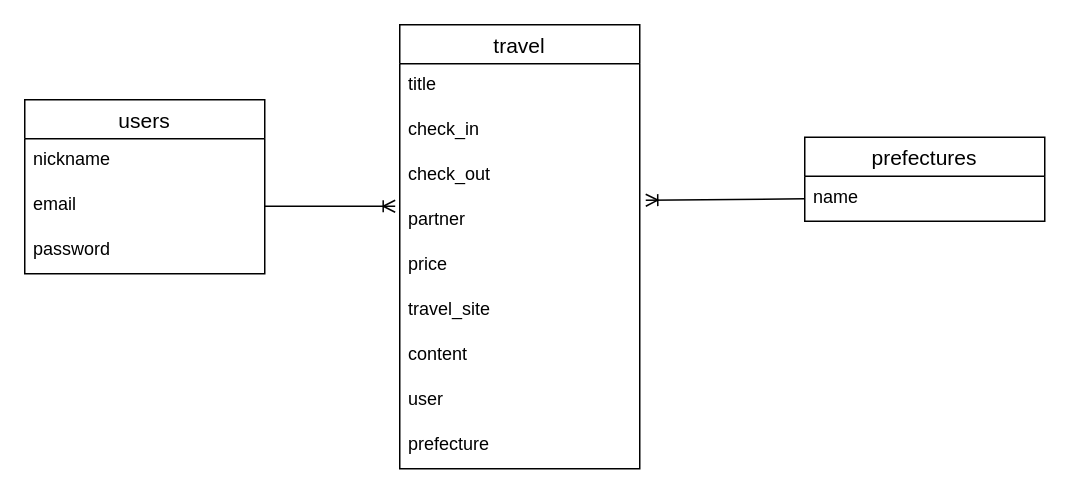
hahahahahahahahahahahahhaha1999/travel keeps this draw.io diagram as travel.dio. Above is the earlier version. Source tidied: cells renumbered, new cells numbered last; positions are measured from the earlier drawing's top-left corner, leaving out a move shared by most shapes. Both pictures are drawn from the tidied source at 150%, with x=0, y=0 at pixel (24, 24).
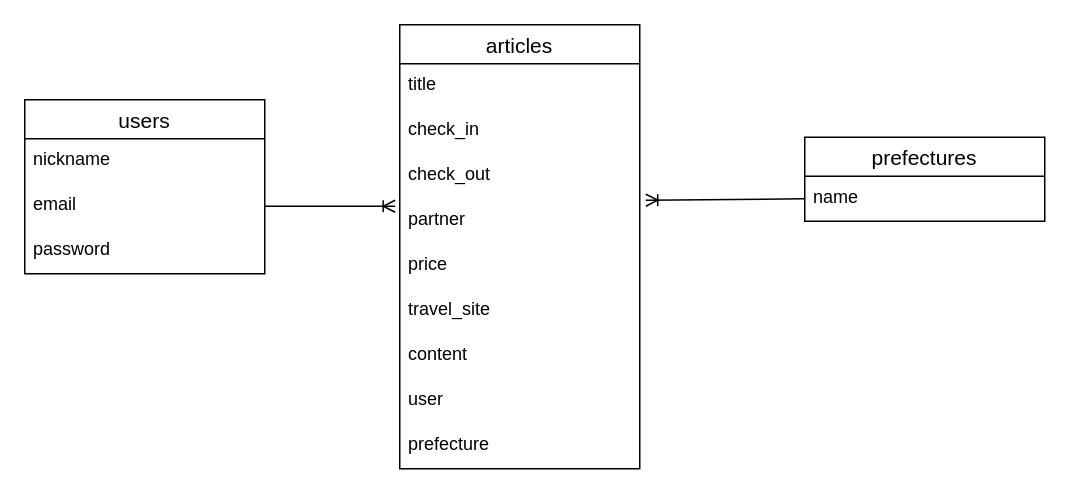
Above is the later version.

What changed in the source:
```diff
@@
 <mxGraphModel>
   <root>
     <mxCell id="0" />
     <mxCell id="1" parent="0" />
     <mxCell id="2" value="users" style="swimlane;fontStyle=0;horizontal=1;startSize=26;align=center;fontSize=14;hachureGap=4;fontFamily=Helvetica;" parent="1" vertex="1">
       <mxGeometry y="50" width="160" height="116" as="geometry" />
     </mxCell>
     <mxCell id="3" value="nickname" style="text;strokeColor=none;fillColor=none;spacingLeft=4;spacingRight=4;overflow=hidden;fontSize=12;sketch=1;hachureGap=4;jiggle=2;curveFitting=1;fontFamily=Helvetica;" parent="2" vertex="1">
       <mxGeometry y="26" width="160" height="30" as="geometry" />
     </mxCell>
     <mxCell id="4" value="email" style="text;strokeColor=none;fillColor=none;spacingLeft=4;spacingRight=4;overflow=hidden;points=[[0,0.5],[1,0.5]];portConstraint=eastwest;fontSize=12;sketch=1;hachureGap=4;jiggle=2;curveFitting=1;fontFamily=Helvetica;" parent="2" vertex="1">
       <mxGeometry y="56" width="160" height="30" as="geometry" />
     </mxCell>
     <mxCell id="5" value="password" style="text;strokeColor=none;fillColor=none;spacingLeft=4;spacingRight=4;overflow=hidden;fontSize=12;sketch=1;hachureGap=4;jiggle=2;curveFitting=1;fontFamily=Helvetica;" parent="2" vertex="1">
       <mxGeometry y="86" width="160" height="30" as="geometry" />
     </mxCell>
-    <mxCell id="6" value="travel" style="swimlane;fontStyle=0;horizontal=1;startSize=26;align=center;fontSize=14;hachureGap=4;strokeColor=default;fontFamily=Helvetica;fontColor=default;fillColor=default;" parent="1" vertex="1">
+    <mxCell id="6" value="articles" style="swimlane;fontStyle=0;horizontal=1;startSize=26;align=center;fontSize=14;hachureGap=4;strokeColor=default;fontFamily=Helvetica;fontColor=default;fillColor=default;" parent="1" vertex="1">
       <mxGeometry x="250" width="160" height="296" as="geometry" />
     </mxCell>
     <mxCell id="7" value="title" style="text;strokeColor=none;fillColor=none;spacingLeft=4;spacingRight=4;overflow=hidden;fontSize=12;sketch=1;hachureGap=4;jiggle=2;curveFitting=1;fontFamily=Helvetica;fontColor=default;startSize=26;" parent="6" vertex="1">
       <mxGeometry y="26" width="160" height="30" as="geometry" />
     </mxCell>
     <mxCell id="8" value="check_in" style="text;strokeColor=none;fillColor=none;spacingLeft=4;spacingRight=4;overflow=hidden;fontSize=12;sketch=1;hachureGap=4;jiggle=2;curveFitting=1;fontFamily=Helvetica;fontColor=default;startSize=26;" parent="6" vertex="1">
       <mxGeometry y="56" width="160" height="30" as="geometry" />
     </mxCell>
     <mxCell id="9" value="check_out" style="text;strokeColor=none;fillColor=none;spacingLeft=4;spacingRight=4;overflow=hidden;fontSize=12;sketch=1;hachureGap=4;jiggle=2;curveFitting=1;fontFamily=Helvetica;fontColor=default;startSize=26;" parent="6" vertex="1">
       <mxGeometry y="86" width="160" height="30" as="geometry" />
     </mxCell>
     <mxCell id="10" value="partner" style="text;strokeColor=none;fillColor=none;spacingLeft=4;spacingRight=4;overflow=hidden;points=[[0,0.5],[1,0.5]];portConstraint=eastwest;fontSize=12;sketch=1;hachureGap=4;jiggle=2;curveFitting=1;fontFamily=Helvetica;fontColor=default;startSize=26;" parent="6" vertex="1">
       <mxGeometry y="116" width="160" height="30" as="geometry" />
     </mxCell>
     <mxCell id="11" value="price" style="text;strokeColor=none;fillColor=none;spacingLeft=4;spacingRight=4;overflow=hidden;fontSize=12;sketch=1;hachureGap=4;jiggle=2;curveFitting=1;fontFamily=Helvetica;fontColor=default;startSize=26;" parent="6" vertex="1">
       <mxGeometry y="146" width="160" height="30" as="geometry" />
     </mxCell>
     <mxCell id="12" value="travel_site" style="text;strokeColor=none;fillColor=none;spacingLeft=4;spacingRight=4;overflow=hidden;fontSize=12;sketch=1;hachureGap=4;jiggle=2;curveFitting=1;fontFamily=Helvetica;fontColor=default;startSize=26;" parent="6" vertex="1">
       <mxGeometry y="176" width="160" height="30" as="geometry" />
     </mxCell>
     <mxCell id="13" value="content" style="text;strokeColor=none;fillColor=none;spacingLeft=4;spacingRight=4;overflow=hidden;fontSize=12;sketch=1;hachureGap=4;jiggle=2;curveFitting=1;fontFamily=Helvetica;fontColor=default;startSize=26;" parent="6" vertex="1">
       <mxGeometry y="206" width="160" height="30" as="geometry" />
     </mxCell>
     <mxCell id="14" value="user" style="text;strokeColor=none;fillColor=none;spacingLeft=4;spacingRight=4;overflow=hidden;fontSize=12;sketch=1;hachureGap=4;jiggle=2;curveFitting=1;fontFamily=Helvetica;fontColor=default;startSize=26;" parent="6" vertex="1">
       <mxGeometry y="236" width="160" height="30" as="geometry" />
     </mxCell>
     <mxCell id="15" value="prefecture" style="text;strokeColor=none;fillColor=none;spacingLeft=4;spacingRight=4;overflow=hidden;fontSize=12;sketch=1;hachureGap=4;jiggle=2;curveFitting=1;fontFamily=Helvetica;fontColor=default;startSize=26;" parent="6" vertex="1">
       <mxGeometry y="266" width="160" height="30" as="geometry" />
     </mxCell>
     <mxCell id="16" value="prefectures" style="swimlane;fontStyle=0;horizontal=1;startSize=26;align=center;fontSize=14;hachureGap=4;strokeColor=default;fontFamily=Helvetica;fontColor=default;fillColor=default;fillStyle=auto;" parent="1" vertex="1">
       <mxGeometry x="520" y="75" width="160" height="56" as="geometry" />
     </mxCell>
     <mxCell id="17" style="edgeStyle=none;hachureGap=4;html=1;exitX=1;exitY=0.5;exitDx=0;exitDy=0;entryX=-0.019;entryY=0.167;entryDx=0;entryDy=0;entryPerimeter=0;fontFamily=Architects Daughter;fontSize=16;endArrow=ERoneToMany;endFill=0;" parent="1" edge="1" source="4" target="10">
       <mxGeometry relative="1" as="geometry" />
     </mxCell>
     <mxCell id="18" style="edgeStyle=none;sketch=0;hachureGap=4;jiggle=2;curveFitting=1;html=1;exitX=0;exitY=0.5;exitDx=0;exitDy=0;entryX=1.025;entryY=0.033;entryDx=0;entryDy=0;entryPerimeter=0;fontFamily=Architects Daughter;fontSize=16;endArrow=ERoneToMany;endFill=0;" parent="1" edge="1" source="19" target="10">
       <mxGeometry relative="1" as="geometry" />
     </mxCell>
     <mxCell id="19" value="name" style="text;strokeColor=none;fillColor=none;spacingLeft=4;spacingRight=4;overflow=hidden;points=[[0,0.5],[1,0.5]];portConstraint=eastwest;fontSize=12;sketch=1;hachureGap=4;jiggle=2;curveFitting=1;fontFamily=Helvetica;fontColor=default;startSize=26;" parent="1" vertex="1">
       <mxGeometry x="520" y="101" width="160" height="30" as="geometry" />
     </mxCell>
   </root>
 </mxGraphModel>
```
